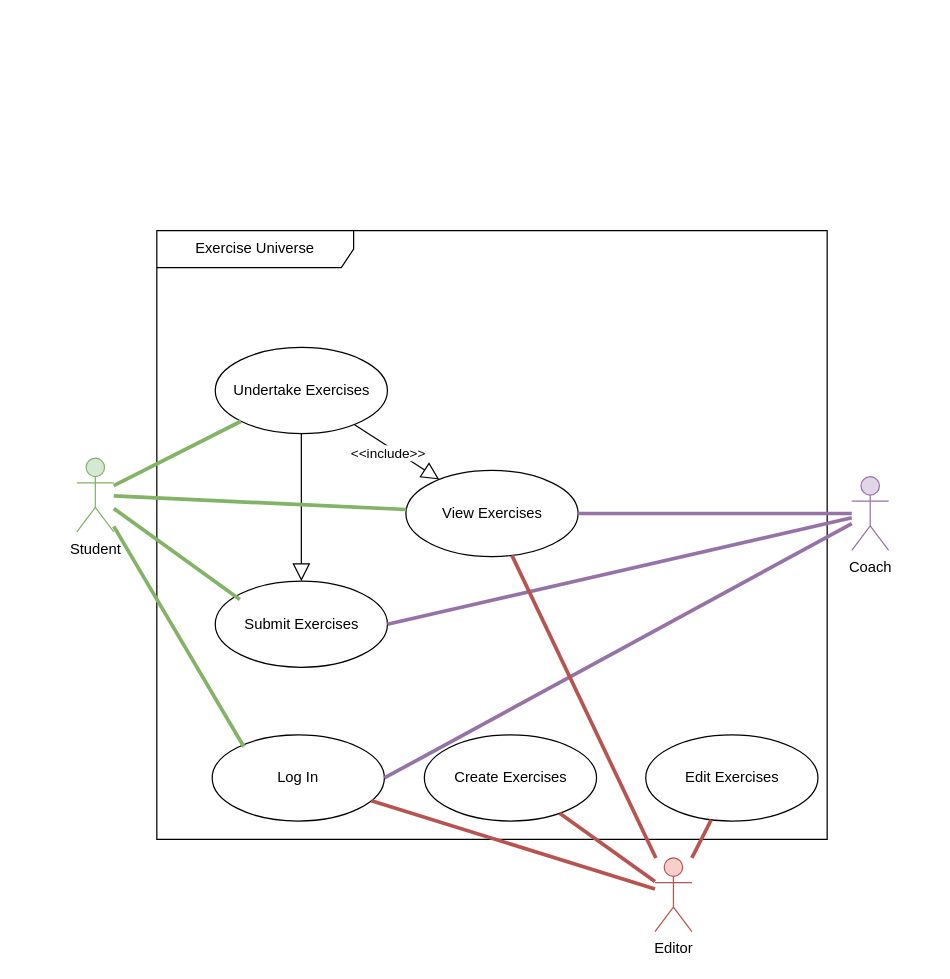
Above: use_case_diagram.drawio in fabiantjuhh/fabiantjuhh (draw.io), before the change. Source tidied: cells renumbered, new cells numbered last; positions are measured from the earlier drawing's top-left corner, leaving out a move shared by most shapes. Both pictures are drawn from the tidied source at 123%, with x=0, y=0 at pixel (76, 230).
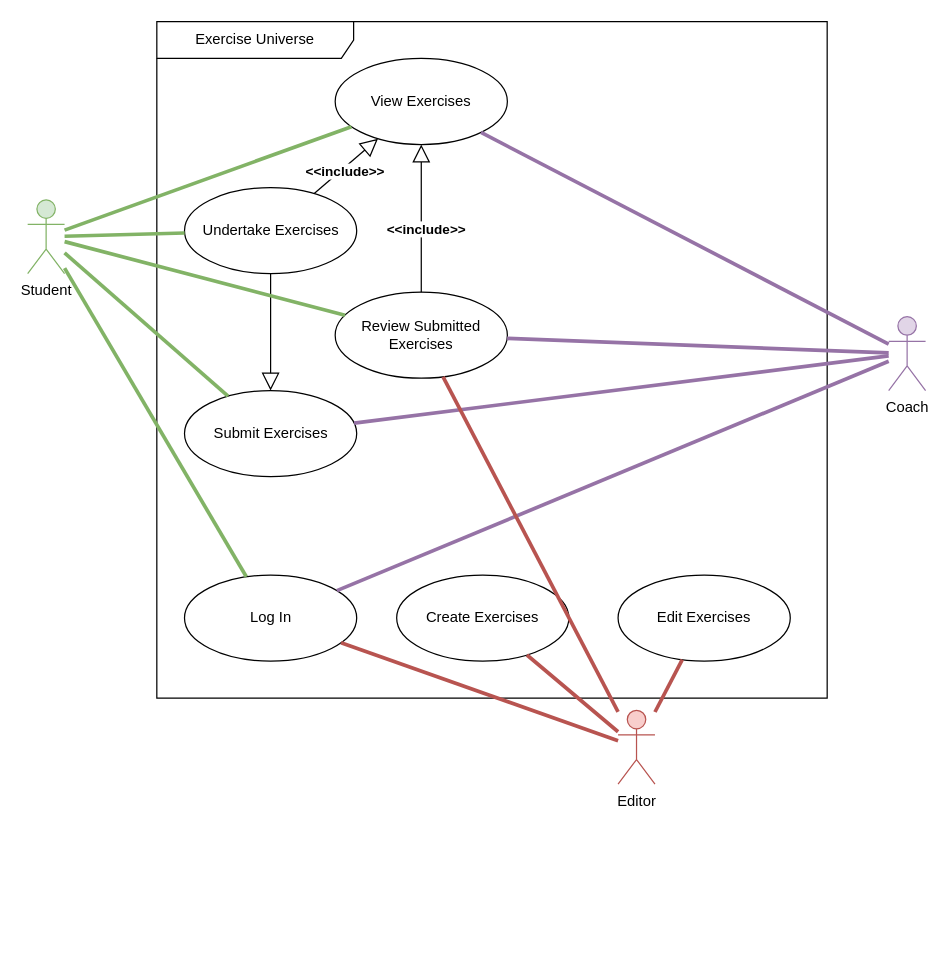
The same page after the edit.

The change refers to these unchanged cells:
```xml
<mxCell id="10" style="endArrow=block;endFill=0;endSize=12;html=1;rounded=0;" parent="4" edge="1" source="7" target="6">
  <mxGeometry relative="1" as="geometry" />
</mxCell>
```

Change to the diagram source:
```diff
@@
     <mxCell id="2" value="Student" style="shape=umlActor;verticalLabelPosition=bottom;verticalAlign=top;html=1;fillColor=#d5e8d4;strokeColor=#82b366;" parent="1" vertex="1">
-      <mxGeometry y="185" width="30" height="60" as="geometry" />
+      <mxGeometry x="-40" y="-25" width="30" height="60" as="geometry" />
     </mxCell>
     <mxCell id="3" value="Coach" style="shape=umlActor;verticalLabelPosition=bottom;verticalAlign=top;html=1;fillColor=#e1d5e7;strokeColor=#9673a6;" parent="1" vertex="1">
-      <mxGeometry x="630" y="200" width="30" height="60" as="geometry" />
+      <mxGeometry x="660" y="70" width="30" height="60" as="geometry" />
     </mxCell>
     <mxCell id="4" value="Exercise Universe" style="shape=umlFrame;whiteSpace=wrap;html=1;width=160;" parent="1" vertex="1">
-      <mxGeometry x="65" width="545" height="495" as="geometry" />
+      <mxGeometry x="65" y="-170" width="545" height="550" as="geometry" />
     </mxCell>
     <mxCell id="5" value="Log In" style="ellipse;whiteSpace=wrap;html=1;" parent="4" vertex="1">
-      <mxGeometry x="45" y="410" width="140" height="70" as="geometry" />
+      <mxGeometry x="22.5" y="450" width="140" height="70" as="geometry" />
     </mxCell>
     <mxCell id="6" value="View Exercises" style="ellipse;whiteSpace=wrap;html=1;" parent="4" vertex="1">
-      <mxGeometry x="202.5" y="195" width="140" height="70" as="geometry" />
+      <mxGeometry x="145" y="30" width="140" height="70" as="geometry" />
     </mxCell>
     <mxCell id="7" value="&lt;div&gt;Undertake Exercises&lt;/div&gt;" style="ellipse;whiteSpace=wrap;html=1;" parent="4" vertex="1">
-      <mxGeometry x="47.5" y="95" width="140" height="70" as="geometry" />
+      <mxGeometry x="22.5" y="135" width="140" height="70" as="geometry" />
     </mxCell>
     <mxCell id="8" value="Submit Exercises" style="ellipse;whiteSpace=wrap;html=1;" parent="4" vertex="1">
-      <mxGeometry x="47.5" y="285" width="140" height="70" as="geometry" />
+      <mxGeometry x="22.5" y="300" width="140" height="70" as="geometry" />
     </mxCell>
-    <mxCell id="9" style="endArrow=block;endFill=0;endSize=12;html=1;rounded=0;entryX=0.5;entryY=0;entryDx=0;entryDy=0;exitX=0.5;exitY=1;exitDx=0;exitDy=0;" parent="4" edge="1" source="7" target="8">
+    <mxCell id="9" style="endArrow=block;endFill=0;endSize=12;html=1;rounded=0;" parent="4" edge="1" source="7" target="8">
       <mxGeometry relative="1" as="geometry" />
     </mxCell>
@@
-    <mxCell id="11" value="&amp;lt;&amp;lt;include&amp;gt;&amp;gt;" style="edgeLabel;html=1;align=center;verticalAlign=middle;" parent="10" vertex="1">
+    <mxCell id="11" value="&lt;b&gt;&amp;lt;&amp;lt;include&amp;gt;&amp;gt;&lt;/b&gt;" style="edgeLabel;html=1;align=center;verticalAlign=middle;" parent="10" vertex="1">
       <mxGeometry x="-0.15" y="-2" relative="1" as="geometry">
-        <mxPoint x="-1" y="2" as="offset" />
+        <mxPoint x="1" y="-1" as="offset" />
       </mxGeometry>
     </mxCell>
     <mxCell id="12" value="Edit Exercises" style="ellipse;whiteSpace=wrap;html=1;" parent="4" vertex="1">
-      <mxGeometry x="397.5" y="410" width="140" height="70" as="geometry" />
+      <mxGeometry x="375" y="450" width="140" height="70" as="geometry" />
     </mxCell>
     <mxCell id="13" value="Create Exercises" style="ellipse;whiteSpace=wrap;html=1;" parent="4" vertex="1">
-      <mxGeometry x="217.5" y="410" width="140" height="70" as="geometry" />
+      <mxGeometry x="195" y="450" width="140" height="70" as="geometry" />
     </mxCell>
+    <mxCell id="26" value="&lt;div&gt;Review Submitted Exercises&lt;/div&gt;" style="ellipse;whiteSpace=wrap;html=1;" parent="4" vertex="1">
+      <mxGeometry x="145" y="220" width="140" height="70" as="geometry" />
+    </mxCell>
+    <mxCell id="27" style="endArrow=block;endFill=0;endSize=12;html=1;rounded=0;" parent="4" edge="1" source="26" target="6">
+      <mxGeometry relative="1" as="geometry" />
+    </mxCell>
+    <mxCell id="28" value="&lt;b&gt;&amp;lt;&amp;lt;include&amp;gt;&amp;gt;&lt;/b&gt;" style="edgeLabel;html=1;align=center;verticalAlign=middle;" parent="27" vertex="1">
+      <mxGeometry x="-0.15" y="-2" relative="1" as="geometry">
+        <mxPoint x="1" y="-1" as="offset" />
+      </mxGeometry>
+    </mxCell>
-    <mxCell id="14" style="endArrow=none;startArrow=none;endFill=0;startFill=0;endSize=8;html=1;verticalAlign=bottom;labelBackgroundColor=none;strokeWidth=3;rounded=0;entryX=0.184;entryY=0.137;entryDx=0;entryDy=0;entryPerimeter=0;fillColor=#d5e8d4;strokeColor=#82b366;" parent="1" edge="1" source="2" target="5">
+    <mxCell id="14" style="endArrow=none;startArrow=none;endFill=0;startFill=0;endSize=8;html=1;verticalAlign=bottom;labelBackgroundColor=none;strokeWidth=3;rounded=0;fillColor=#d5e8d4;strokeColor=#82b366;" parent="1" edge="1" source="2" target="5">
       <mxGeometry relative="1" as="geometry" />
     </mxCell>
-    <mxCell id="15" style="endArrow=none;startArrow=none;endFill=0;startFill=0;endSize=8;html=1;verticalAlign=bottom;labelBackgroundColor=none;strokeWidth=3;rounded=0;exitX=1;exitY=0.5;exitDx=0;exitDy=0;fillColor=#e1d5e7;strokeColor=#9673a6;" parent="1" edge="1" source="5" target="3">
+    <mxCell id="15" style="endArrow=none;startArrow=none;endFill=0;startFill=0;endSize=8;html=1;verticalAlign=bottom;labelBackgroundColor=none;strokeWidth=3;rounded=0;fillColor=#e1d5e7;strokeColor=#9673a6;" parent="1" edge="1" source="5" target="3">
       <mxGeometry relative="1" as="geometry" />
     </mxCell>
-    <mxCell id="16" style="endArrow=none;startArrow=none;endFill=0;startFill=0;endSize=8;html=1;verticalAlign=bottom;labelBackgroundColor=none;strokeWidth=3;rounded=0;entryX=1;entryY=0.5;entryDx=0;entryDy=0;fillColor=#e1d5e7;strokeColor=#9673a6;" parent="1" edge="1" source="3" target="6">
+    <mxCell id="16" style="endArrow=none;startArrow=none;endFill=0;startFill=0;endSize=8;html=1;verticalAlign=bottom;labelBackgroundColor=none;strokeWidth=3;rounded=0;fillColor=#e1d5e7;strokeColor=#9673a6;" parent="1" edge="1" source="3" target="6">
       <mxGeometry relative="1" as="geometry" />
     </mxCell>
@@
-    <mxCell id="19" style="endArrow=none;startArrow=none;endFill=0;startFill=0;endSize=8;html=1;verticalAlign=bottom;labelBackgroundColor=none;strokeWidth=3;rounded=0;entryX=0.143;entryY=0.214;entryDx=0;entryDy=0;entryPerimeter=0;fillColor=#d5e8d4;strokeColor=#82b366;" parent="1" edge="1" source="2" target="8">
+    <mxCell id="19" style="endArrow=none;startArrow=none;endFill=0;startFill=0;endSize=8;html=1;verticalAlign=bottom;labelBackgroundColor=none;strokeWidth=3;rounded=0;fillColor=#d5e8d4;strokeColor=#82b366;" parent="1" edge="1" source="2" target="8">
       <mxGeometry relative="1" as="geometry" />
     </mxCell>
-    <mxCell id="20" style="endArrow=none;startArrow=none;endFill=0;startFill=0;endSize=8;html=1;verticalAlign=bottom;labelBackgroundColor=none;strokeWidth=3;rounded=0;entryX=1;entryY=0.5;entryDx=0;entryDy=0;fillColor=#e1d5e7;strokeColor=#9673a6;" parent="1" edge="1" source="3" target="8">
+    <mxCell id="20" style="endArrow=none;startArrow=none;endFill=0;startFill=0;endSize=8;html=1;verticalAlign=bottom;labelBackgroundColor=none;strokeWidth=3;rounded=0;fillColor=#e1d5e7;strokeColor=#9673a6;" parent="1" edge="1" source="3" target="8">
       <mxGeometry relative="1" as="geometry" />
     </mxCell>
     <mxCell id="21" value="Editor" style="shape=umlActor;verticalLabelPosition=bottom;verticalAlign=top;html=1;fillColor=#f8cecc;strokeColor=#b85450;" parent="1" vertex="1">
-      <mxGeometry x="470" y="510" width="30" height="60" as="geometry" />
+      <mxGeometry x="440" y="390" width="30" height="60" as="geometry" />
     </mxCell>
@@
-    <mxCell id="24" style="endArrow=none;startArrow=none;endFill=0;startFill=0;endSize=8;html=1;verticalAlign=bottom;labelBackgroundColor=none;strokeWidth=3;rounded=0;fillColor=#f8cecc;strokeColor=#b85450;" parent="1" edge="1" source="6" target="21">
+    <mxCell id="24" style="endArrow=none;startArrow=none;endFill=0;startFill=0;endSize=8;html=1;verticalAlign=bottom;labelBackgroundColor=none;strokeWidth=3;rounded=0;fillColor=#f8cecc;strokeColor=#b85450;" parent="1" edge="1" source="26" target="21">
       <mxGeometry relative="1" as="geometry" />
     </mxCell>
@@
+    <mxCell id="29" style="endArrow=none;startArrow=none;endFill=0;startFill=0;endSize=8;html=1;verticalAlign=bottom;labelBackgroundColor=none;strokeWidth=3;rounded=0;fillColor=#d5e8d4;strokeColor=#82b366;" parent="1" edge="1" source="2" target="26">
+      <mxGeometry relative="1" as="geometry" />
+    </mxCell>
+    <mxCell id="30" style="endArrow=none;startArrow=none;endFill=0;startFill=0;endSize=8;html=1;verticalAlign=bottom;labelBackgroundColor=none;strokeWidth=3;rounded=0;fillColor=#e1d5e7;strokeColor=#9673a6;" parent="1" edge="1" source="3" target="26">
+      <mxGeometry relative="1" as="geometry" />
+    </mxCell>
```
